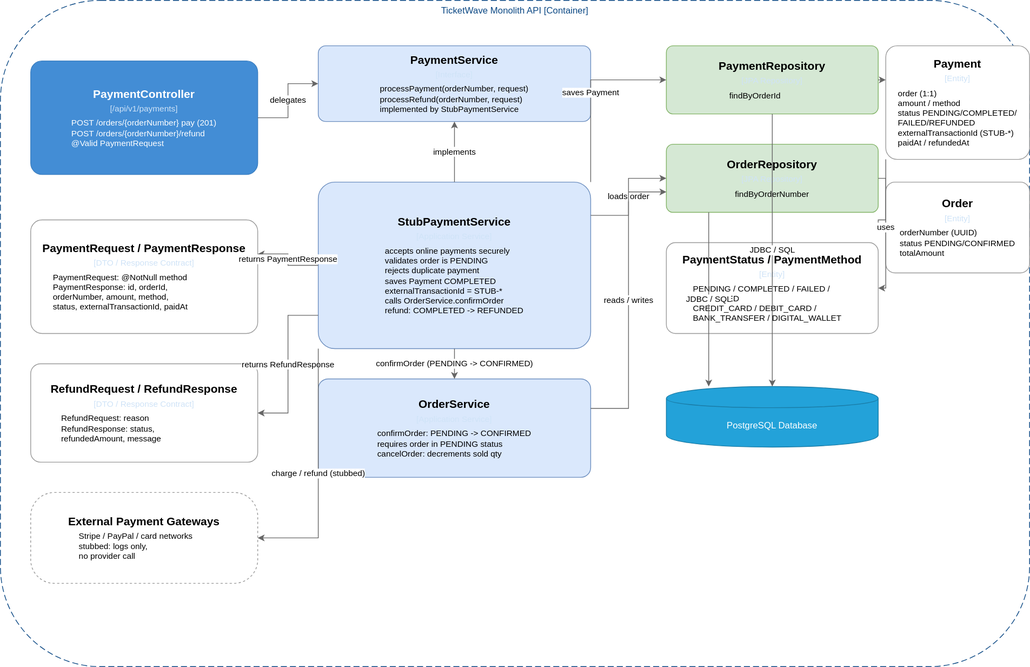
Above: diagrams/c4model/ticketwave-c3-payment-service.drawio.svg in Juanchoque1206/soe-TicketWave (draw.io), before the change. Source tidied: cells renumbered, new cells last; positions are measured from the earlier drawing's top-left corner, leaving out a move shared by most shapes.
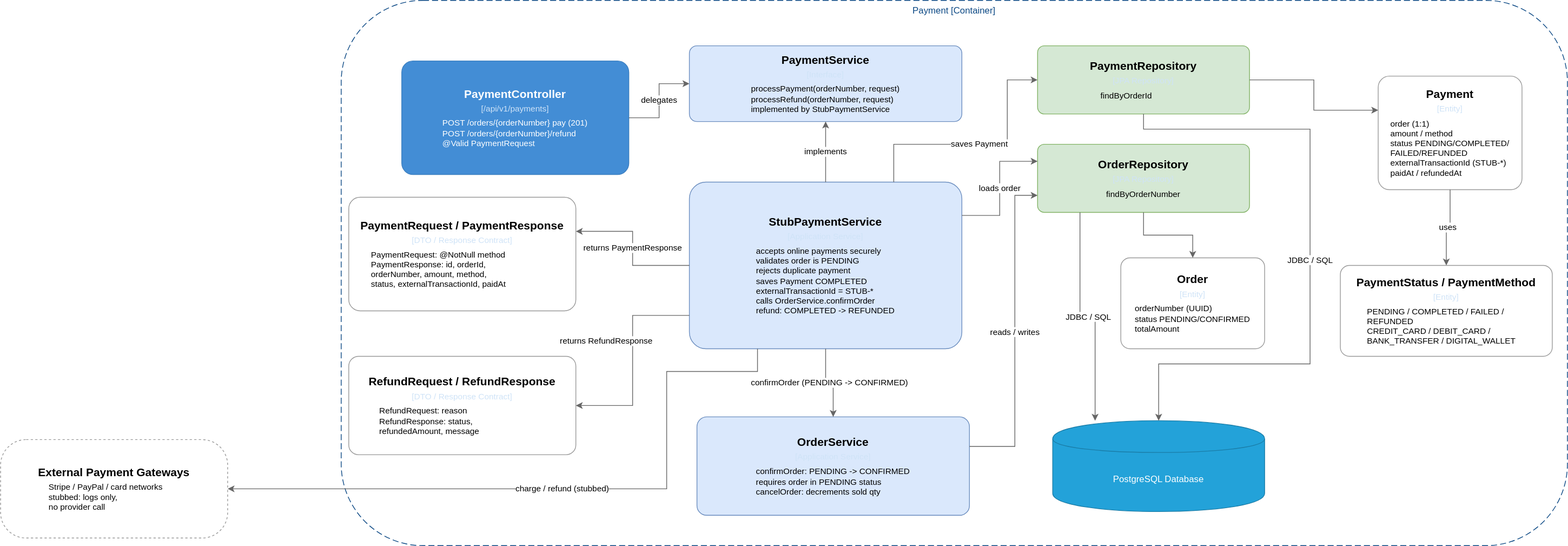
After the commit.

What changed in the source:
```diff
@@ -2,8 +2,8 @@
   <root>
     <mxCell id="0" />
     <mxCell id="1" parent="0" />
-    <mxCell id="2" value="TicketWave Monolith API [Container]" style="group;rounded=1;whiteSpace=wrap;html=1;dashed=1;strokeColor=#0b4884;fillColor=none;fontColor=#0b4884;dashPattern=8 4;" parent="1" vertex="1">
-      <mxGeometry width="1360" height="880" as="geometry" />
+    <mxCell id="2" value="Payment [Container]" style="group;rounded=1;whiteSpace=wrap;html=1;dashed=1;strokeColor=#0b4884;fillColor=none;fontColor=#0b4884;dashPattern=8 4;" parent="1" vertex="1">
+      <mxGeometry x="-40" width="1620" height="720" as="geometry" />
     </mxCell>
     <mxCell id="3" value="&lt;div style=&quot;border-color: rgb(218, 220, 224); font-size: 15px; font-weight: bold; margin-bottom: 4px;&quot;&gt;PaymentController&lt;/div&gt;&lt;div style=&quot;border-color: rgb(218, 220, 224); font-size: 11px; color: rgb(207, 227, 247); margin-bottom: 6px;&quot;&gt;[/api/v1/payments]&lt;/div&gt;&lt;div style=&quot;border-color: rgb(218, 220, 224); font-size: 11px; text-align: left; padding: 0px 14px;&quot;&gt;POST /orders/{orderNumber}  pay (201)&lt;/div&gt;&lt;div style=&quot;border-color: rgb(218, 220, 224); font-size: 11px; text-align: left; padding: 0px 14px;&quot;&gt;POST /orders/{orderNumber}/refund&lt;/div&gt;&lt;div style=&quot;border-color: rgb(218, 220, 224); font-size: 11px; text-align: left; padding: 0px 14px;&quot;&gt;@Valid PaymentRequest&lt;/div&gt;" style="rounded=1;whiteSpace=wrap;html=1;fillColor=#438dd5;strokeColor=#3c7fc0;fontColor=#ffffff;arcSize=10;" parent="1" vertex="1">
       <mxGeometry x="40" y="80" width="300" height="150" as="geometry" />
@@ -15,13 +15,13 @@
       <mxGeometry x="420" y="240" width="360" height="220" as="geometry" />
     </mxCell>
     <mxCell id="6" value="&lt;div style=&quot;border-color: rgb(218, 220, 224); font-size: 15px; font-weight: bold; margin-bottom: 4px;&quot;&gt;OrderService&lt;/div&gt;&lt;div style=&quot;border-color: rgb(218, 220, 224); font-size: 11px; color: rgb(207, 227, 247); margin-bottom: 6px;&quot;&gt;[Application Service]&lt;/div&gt;&lt;div style=&quot;border-color: rgb(218, 220, 224); font-size: 11px; text-align: left; padding: 0px 14px;&quot;&gt;confirmOrder: PENDING -&gt; CONFIRMED&lt;/div&gt;&lt;div style=&quot;border-color: rgb(218, 220, 224); font-size: 11px; text-align: left; padding: 0px 14px;&quot;&gt;requires order in PENDING status&lt;/div&gt;&lt;div style=&quot;border-color: rgb(218, 220, 224); font-size: 11px; text-align: left; padding: 0px 14px;&quot;&gt;cancelOrder: decrements sold qty&lt;/div&gt;" style="rounded=1;whiteSpace=wrap;html=1;fillColor=#dae8fc;strokeColor=#6c8ebf;arcSize=10;" parent="1" vertex="1">
-      <mxGeometry x="420" y="500" width="360" height="130" as="geometry" />
+      <mxGeometry x="430" y="550" width="360" height="130" as="geometry" />
     </mxCell>
     <mxCell id="7" value="&lt;div style=&quot;border-color: rgb(218, 220, 224); font-size: 15px; font-weight: bold; margin-bottom: 4px;&quot;&gt;PaymentRequest / PaymentResponse&lt;/div&gt;&lt;div style=&quot;border-color: rgb(218, 220, 224); font-size: 11px; color: rgb(207, 227, 247); margin-bottom: 6px;&quot;&gt;[DTO / Response Contract]&lt;/div&gt;&lt;div style=&quot;border-color: rgb(218, 220, 224); font-size: 11px; text-align: left; padding: 0px 14px;&quot;&gt;PaymentRequest: @NotNull method&lt;/div&gt;&lt;div style=&quot;border-color: rgb(218, 220, 224); font-size: 11px; text-align: left; padding: 0px 14px;&quot;&gt;PaymentResponse: id, orderId,&lt;/div&gt;&lt;div style=&quot;border-color: rgb(218, 220, 224); font-size: 11px; text-align: left; padding: 0px 14px;&quot;&gt;orderNumber, amount, method,&lt;/div&gt;&lt;div style=&quot;border-color: rgb(218, 220, 224); font-size: 11px; text-align: left; padding: 0px 14px;&quot;&gt;status, externalTransactionId, paidAt&lt;/div&gt;" style="rounded=1;whiteSpace=wrap;html=1;fillColor=#ffffff;strokeColor=#999999;arcSize=10;" parent="1" vertex="1">
-      <mxGeometry x="40" y="290" width="300" height="150" as="geometry" />
+      <mxGeometry x="-30" y="260" width="300" height="150" as="geometry" />
     </mxCell>
     <mxCell id="8" value="&lt;div style=&quot;border-color: rgb(218, 220, 224); font-size: 15px; font-weight: bold; margin-bottom: 4px;&quot;&gt;RefundRequest / RefundResponse&lt;/div&gt;&lt;div style=&quot;border-color: rgb(218, 220, 224); font-size: 11px; color: rgb(207, 227, 247); margin-bottom: 6px;&quot;&gt;[DTO / Response Contract]&lt;/div&gt;&lt;div style=&quot;border-color: rgb(218, 220, 224); font-size: 11px; text-align: left; padding: 0px 14px;&quot;&gt;RefundRequest: reason&lt;/div&gt;&lt;div style=&quot;border-color: rgb(218, 220, 224); font-size: 11px; text-align: left; padding: 0px 14px;&quot;&gt;RefundResponse: status,&lt;/div&gt;&lt;div style=&quot;border-color: rgb(218, 220, 224); font-size: 11px; text-align: left; padding: 0px 14px;&quot;&gt;refundedAmount, message&lt;/div&gt;" style="rounded=1;whiteSpace=wrap;html=1;fillColor=#ffffff;strokeColor=#999999;arcSize=10;" parent="1" vertex="1">
-      <mxGeometry x="40" y="480" width="300" height="130" as="geometry" />
+      <mxGeometry x="-30" y="470" width="300" height="130" as="geometry" />
     </mxCell>
     <mxCell id="9" value="&lt;div style=&quot;border-color: rgb(218, 220, 224); font-size: 15px; font-weight: bold; margin-bottom: 4px;&quot;&gt;PaymentRepository&lt;/div&gt;&lt;div style=&quot;border-color: rgb(218, 220, 224); font-size: 11px; color: rgb(207, 227, 247); margin-bottom: 6px;&quot;&gt;[JPA Repository]&lt;/div&gt;&lt;div style=&quot;border-color: rgb(218, 220, 224); font-size: 11px; text-align: left; padding: 0px 14px;&quot;&gt;findByOrderId&lt;/div&gt;" style="rounded=1;whiteSpace=wrap;html=1;fillColor=#d5e8d4;strokeColor=#82b366;arcSize=10;" parent="1" vertex="1">
       <mxGeometry x="880" y="60" width="280" height="90" as="geometry" />
@@ -30,19 +30,19 @@
       <mxGeometry x="880" y="190" width="280" height="90" as="geometry" />
     </mxCell>
     <mxCell id="11" value="&lt;div style=&quot;border-color: rgb(218, 220, 224); font-size: 15px; font-weight: bold; margin-bottom: 4px;&quot;&gt;Payment&lt;/div&gt;&lt;div style=&quot;border-color: rgb(218, 220, 224); font-size: 11px; color: rgb(207, 227, 247); margin-bottom: 6px;&quot;&gt;[Entity]&lt;/div&gt;&lt;div style=&quot;border-color: rgb(218, 220, 224); font-size: 11px; text-align: left; padding: 0px 14px;&quot;&gt;order (1:1)&lt;/div&gt;&lt;div style=&quot;border-color: rgb(218, 220, 224); font-size: 11px; text-align: left; padding: 0px 14px;&quot;&gt;amount / method&lt;/div&gt;&lt;div style=&quot;border-color: rgb(218, 220, 224); font-size: 11px; text-align: left; padding: 0px 14px;&quot;&gt;status PENDING/COMPLETED/&lt;/div&gt;&lt;div style=&quot;border-color: rgb(218, 220, 224); font-size: 11px; text-align: left; padding: 0px 14px;&quot;&gt;FAILED/REFUNDED&lt;/div&gt;&lt;div style=&quot;border-color: rgb(218, 220, 224); font-size: 11px; text-align: left; padding: 0px 14px;&quot;&gt;externalTransactionId (STUB-*)&lt;/div&gt;&lt;div style=&quot;border-color: rgb(218, 220, 224); font-size: 11px; text-align: left; padding: 0px 14px;&quot;&gt;paidAt / refundedAt&lt;/div&gt;" style="rounded=1;whiteSpace=wrap;html=1;fillColor=#ffffff;strokeColor=#999999;arcSize=10;" parent="1" vertex="1">
-      <mxGeometry x="1170" y="60" width="190" height="150" as="geometry" />
+      <mxGeometry x="1330" y="100" width="190" height="150" as="geometry" />
     </mxCell>
     <mxCell id="12" value="&lt;div style=&quot;border-color: rgb(218, 220, 224); font-size: 15px; font-weight: bold; margin-bottom: 4px;&quot;&gt;Order&lt;/div&gt;&lt;div style=&quot;border-color: rgb(218, 220, 224); font-size: 11px; color: rgb(207, 227, 247); margin-bottom: 6px;&quot;&gt;[Entity]&lt;/div&gt;&lt;div style=&quot;border-color: rgb(218, 220, 224); font-size: 11px; text-align: left; padding: 0px 14px;&quot;&gt;orderNumber (UUID)&lt;/div&gt;&lt;div style=&quot;border-color: rgb(218, 220, 224); font-size: 11px; text-align: left; padding: 0px 14px;&quot;&gt;status PENDING/CONFIRMED&lt;/div&gt;&lt;div style=&quot;border-color: rgb(218, 220, 224); font-size: 11px; text-align: left; padding: 0px 14px;&quot;&gt;totalAmount&lt;/div&gt;" style="rounded=1;whiteSpace=wrap;html=1;fillColor=#ffffff;strokeColor=#999999;arcSize=10;" parent="1" vertex="1">
-      <mxGeometry x="1170" y="240" width="190" height="120" as="geometry" />
+      <mxGeometry x="990" y="340" width="190" height="120" as="geometry" />
     </mxCell>
     <mxCell id="13" value="&lt;div style=&quot;border-color: rgb(218, 220, 224); font-size: 15px; font-weight: bold; margin-bottom: 4px;&quot;&gt;PaymentStatus / PaymentMethod&lt;/div&gt;&lt;div style=&quot;border-color: rgb(218, 220, 224); font-size: 11px; color: rgb(207, 227, 247); margin-bottom: 6px;&quot;&gt;[Entity]&lt;/div&gt;&lt;div style=&quot;border-color: rgb(218, 220, 224); font-size: 11px; text-align: left; padding: 0px 14px;&quot;&gt;PENDING / COMPLETED / FAILED /&lt;/div&gt;&lt;div style=&quot;border-color: rgb(218, 220, 224); font-size: 11px; text-align: left; padding: 0px 14px;&quot;&gt;REFUNDED&lt;/div&gt;&lt;div style=&quot;border-color: rgb(218, 220, 224); font-size: 11px; text-align: left; padding: 0px 14px;&quot;&gt;CREDIT_CARD / DEBIT_CARD /&lt;/div&gt;&lt;div style=&quot;border-color: rgb(218, 220, 224); font-size: 11px; text-align: left; padding: 0px 14px;&quot;&gt;BANK_TRANSFER / DIGITAL_WALLET&lt;/div&gt;" style="rounded=1;whiteSpace=wrap;html=1;fillColor=#ffffff;strokeColor=#999999;arcSize=10;" parent="1" vertex="1">
-      <mxGeometry x="880" y="320" width="280" height="120" as="geometry" />
+      <mxGeometry x="1280" y="350" width="280" height="120" as="geometry" />
     </mxCell>
     <mxCell id="14" value="PostgreSQL Database" style="shape=cylinder;whiteSpace=wrap;html=1;boundedLbl=1;backgroundOutline=1;fillColor=#23a2d9;strokeColor=#1a7da8;fontColor=#ffffff;" parent="1" vertex="1">
-      <mxGeometry x="880" y="510" width="280" height="80" as="geometry" />
+      <mxGeometry x="900" y="555" width="280" height="120" as="geometry" />
     </mxCell>
     <mxCell id="15" value="&lt;div style=&quot;border-color: rgb(218, 220, 224); font-size: 15px; font-weight: bold; margin-bottom: 4px;&quot;&gt;External Payment Gateways&lt;/div&gt;&lt;div style=&quot;border-color: rgb(218, 220, 224); font-size: 11px; text-align: left; padding: 0px 14px;&quot;&gt;Stripe / PayPal / card networks&lt;/div&gt;&lt;div style=&quot;border-color: rgb(218, 220, 224); font-size: 11px; text-align: left; padding: 0px 14px;&quot;&gt;stubbed: logs only,&lt;/div&gt;&lt;div style=&quot;border-color: rgb(218, 220, 224); font-size: 11px; text-align: left; padding: 0px 14px;&quot;&gt;no provider call&lt;/div&gt;" style="rounded=1;whiteSpace=wrap;html=1;fillColor=#ffffff;strokeColor=#999999;dashed=1;arcSize=26;" parent="1" vertex="1">
-      <mxGeometry x="40" y="650" width="300" height="120" as="geometry" />
+      <mxGeometry x="-490" y="580" width="300" height="130" as="geometry" />
     </mxCell>
     <mxCell id="16" value="delegates" style="edgeStyle=orthogonalEdgeStyle;rounded=0;html=1;strokeColor=#666666;exitX=1;exitY=0.5;entryX=0;entryY=0.5;" parent="1" edge="1" source="3" target="4">
       <mxGeometry relative="1" as="geometry" />
@@ -50,11 +50,17 @@
     <mxCell id="17" value="implements" style="edgeStyle=orthogonalEdgeStyle;rounded=0;html=1;strokeColor=#666666;exitX=0.5;exitY=0;entryX=0.5;entryY=1;" parent="1" edge="1" source="5" target="4">
       <mxGeometry relative="1" as="geometry" />
     </mxCell>
-    <mxCell id="18" value="loads order" style="edgeStyle=orthogonalEdgeStyle;rounded=0;html=1;strokeColor=#666666;exitX=1;exitY=0.2;entryX=0;entryY=0.5;" parent="1" edge="1" source="5" target="10">
+    <mxCell id="18" value="loads order" style="edgeStyle=orthogonalEdgeStyle;rounded=0;html=1;strokeColor=#666666;exitX=1;exitY=0.2;entryX=0;entryY=0.25;entryDx=0;entryDy=0;" parent="1" edge="1" source="5" target="10">
       <mxGeometry relative="1" as="geometry" />
     </mxCell>
-    <mxCell id="19" value="saves Payment" style="edgeStyle=orthogonalEdgeStyle;rounded=0;html=1;strokeColor=#666666;exitX=1;exitY=0;entryX=0;entryY=0.5;" parent="1" edge="1" source="5" target="9">
-      <mxGeometry relative="1" as="geometry" />
+    <mxCell id="19" value="saves Payment" style="edgeStyle=orthogonalEdgeStyle;rounded=0;html=1;strokeColor=#666666;exitX=0.75;exitY=0;entryX=0;entryY=0.5;exitDx=0;exitDy=0;" parent="1" edge="1" source="5" target="9">
+      <mxGeometry relative="1" as="geometry">
+        <Array as="points">
+          <mxPoint x="690" y="190" />
+          <mxPoint x="840" y="190" />
+          <mxPoint x="840" y="105" />
+        </Array>
+      </mxGeometry>
     </mxCell>
     <mxCell id="20" value="confirmOrder (PENDING -&gt; CONFIRMED)" style="edgeStyle=orthogonalEdgeStyle;rounded=0;html=1;strokeColor=#666666;exitX=0.5;exitY=1;entryX=0.5;entryY=0;" parent="1" edge="1" source="5" target="6">
       <mxGeometry relative="1" as="geometry" />
@@ -63,25 +69,43 @@
       <mxGeometry relative="1" as="geometry" />
     </mxCell>
     <mxCell id="22" value="returns RefundResponse" style="edgeStyle=orthogonalEdgeStyle;rounded=0;html=1;strokeColor=#666666;exitX=0;exitY=0.8;entryX=1;entryY=0.5;" parent="1" edge="1" source="5" target="8">
-      <mxGeometry relative="1" as="geometry" />
+      <mxGeometry x="-0.19" y="-35" relative="1" as="geometry" />
     </mxCell>
-    <mxCell id="23" value="charge / refund (stubbed)" style="edgeStyle=orthogonalEdgeStyle;rounded=0;html=1;strokeColor=#666666;exitX=0;exitY=1;entryX=1;entryY=0.5;" parent="1" edge="1" source="5" target="15">
-      <mxGeometry relative="1" as="geometry" />
+    <mxCell id="23" value="charge / refund (stubbed)" style="edgeStyle=orthogonalEdgeStyle;rounded=0;html=1;strokeColor=#666666;exitX=0.25;exitY=1;entryX=1;entryY=0.5;entryDx=0;entryDy=0;exitDx=0;exitDy=0;" parent="1" edge="1" source="5" target="15">
+      <mxGeometry relative="1" as="geometry">
+        <Array as="points">
+          <mxPoint x="510" y="490" />
+          <mxPoint x="390" y="490" />
+          <mxPoint x="390" y="645" />
+        </Array>
+      </mxGeometry>
     </mxCell>
-    <mxCell id="24" value="reads / writes" style="edgeStyle=orthogonalEdgeStyle;rounded=0;html=1;strokeColor=#666666;exitX=1;exitY=0.3;entryX=0;entryY=0.7;" parent="1" edge="1" source="6" target="10">
-      <mxGeometry relative="1" as="geometry" />
+    <mxCell id="24" value="reads / writes" style="edgeStyle=orthogonalEdgeStyle;rounded=0;html=1;strokeColor=#666666;exitX=1;exitY=0.3;entryX=0;entryY=0.75;entryDx=0;entryDy=0;" parent="1" edge="1" source="6" target="10">
+      <mxGeometry relative="1" as="geometry">
+        <Array as="points">
+          <mxPoint x="850" y="589" />
+          <mxPoint x="850" y="258" />
+        </Array>
+      </mxGeometry>
     </mxCell>
-    <mxCell id="25" style="edgeStyle=orthogonalEdgeStyle;rounded=0;html=1;strokeColor=#666666;exitX=1;exitY=0.5;entryX=0;entryY=0.5;" parent="1" edge="1" source="10" target="12">
+    <mxCell id="25" style="edgeStyle=orthogonalEdgeStyle;rounded=0;html=1;strokeColor=#666666;exitX=0.5;exitY=1;entryX=0.5;entryY=0;exitDx=0;exitDy=0;entryDx=0;entryDy=0;" parent="1" edge="1" source="10" target="12">
       <mxGeometry relative="1" as="geometry" />
     </mxCell>
     <mxCell id="26" style="edgeStyle=orthogonalEdgeStyle;rounded=0;html=1;strokeColor=#666666;exitX=1;exitY=0.5;entryX=0;entryY=0.3;" parent="1" edge="1" source="9" target="11">
       <mxGeometry relative="1" as="geometry" />
     </mxCell>
-    <mxCell id="27" value="uses" style="edgeStyle=orthogonalEdgeStyle;rounded=0;html=1;strokeColor=#666666;exitX=0;exitY=1;entryX=1;entryY=0.5;" parent="1" edge="1" source="11" target="13">
+    <mxCell id="27" value="uses" style="edgeStyle=orthogonalEdgeStyle;rounded=0;html=1;strokeColor=#666666;exitX=0.5;exitY=1;entryX=0.5;entryY=0;exitDx=0;exitDy=0;entryDx=0;entryDy=0;" parent="1" edge="1" source="11" target="13">
       <mxGeometry relative="1" as="geometry" />
     </mxCell>
     <mxCell id="28" value="JDBC / SQL" style="edgeStyle=orthogonalEdgeStyle;rounded=0;html=1;strokeColor=#666666;exitX=0.5;exitY=1;entryX=0.5;entryY=0;" parent="1" edge="1" source="9" target="14">
-      <mxGeometry relative="1" as="geometry" />
+      <mxGeometry relative="1" as="geometry">
+        <Array as="points">
+          <mxPoint x="1020" y="170" />
+          <mxPoint x="1240" y="170" />
+          <mxPoint x="1240" y="480" />
+          <mxPoint x="1040" y="480" />
+        </Array>
+      </mxGeometry>
     </mxCell>
     <mxCell id="29" value="JDBC / SQL" style="edgeStyle=orthogonalEdgeStyle;rounded=0;html=1;strokeColor=#666666;exitX=0.2;exitY=1;entryX=0.2;entryY=0;" parent="1" edge="1" source="10" target="14">
       <mxGeometry relative="1" as="geometry" />
```
